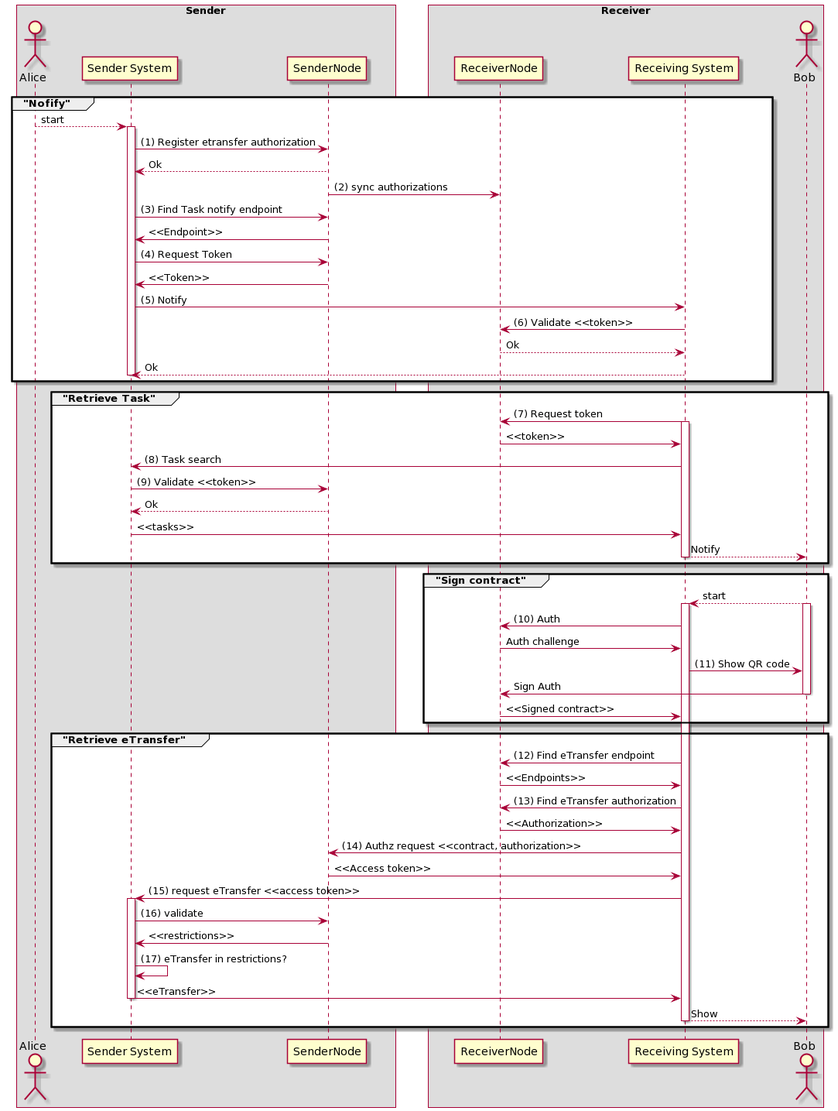
This is .gitbook/assets/etransfer.png from nuts-foundation/bolts, a PlantUML export, as it was before one commit. Its source is kept beside it as .gitbook/assets/etransfer.puml. The source it was exported from:
```plantuml
@startuml
skinparam ParticipantPadding 30
skinparam BoxPadding 20

Box Sender
  actor Alice
  participant "Sender System" as Sender
  participant SenderNode
end box
Box Receiver
  participant ReceiverNode
  participant "Receiving System" as Receiver
  actor Bob
end box

group "Nofify"
  Alice --> Sender: start
  activate Sender
  Sender -> SenderNode: (1) Register etransfer authorization
  SenderNode --> Sender: Ok
  SenderNode -> ReceiverNode: (2) sync authorizations
  Sender -> SenderNode: (3) Find Task notify endpoint
  SenderNode -> Sender: <<Endpoint>>
  Sender -> SenderNode: (4) Request Token
  SenderNode -> Sender: <<Token>>
  Sender -> Receiver: (5) Notify
  Receiver -> ReceiverNode: (6) Validate <<token>>
  ReceiverNode --> Receiver: Ok
  Receiver --> Sender: Ok
  deactivate Sender
end

group "Retrieve Task"
  Receiver -> ReceiverNode: (7) Request token
  activate Receiver
  ReceiverNode -> Receiver: <<token>>
  Receiver -> Sender: (8) Task search
  Sender -> SenderNode: (9) Validate <<token>>
  SenderNode --> Sender: Ok
  Sender -> Receiver: <<tasks>>
  Receiver --> Bob: Notify
  deactivate Receiver
end

group "Sign contract"
  Bob --> Receiver: start
  activate Bob
  activate Receiver
  Receiver -> ReceiverNode: (10) Auth
  ReceiverNode -> Receiver: Auth challenge
  Receiver -> Bob: (11) Show QR code
  Bob -> ReceiverNode: Sign Auth
  deactivate Bob
  ReceiverNode -> Receiver: <<Signed contract>>
end

group "Retrieve eTransfer"
  Receiver -> ReceiverNode: (12) Find eTransfer endpoint
  ReceiverNode -> Receiver: <<Endpoints>>
  Receiver -> ReceiverNode: (13) Find eTransfer authorization
  ReceiverNode -> Receiver: <<Authorization>>
  Receiver -> SenderNode: (14) Authz request <<contract, authorization>>
  SenderNode -> Receiver: <<Access token>>
  Receiver -> Sender: (15) request eTransfer <<access token>>
  activate Sender
  Sender -> SenderNode: (16) validate
  SenderNode -> Sender: <<restrictions>>
  Sender -> Sender: (17) eTransfer in restrictions?
  Sender -> Receiver: <<eTransfer>>
  deactivate Sender
  Receiver --> Bob: Show
  deactivate Receiver
end
@enduml
```
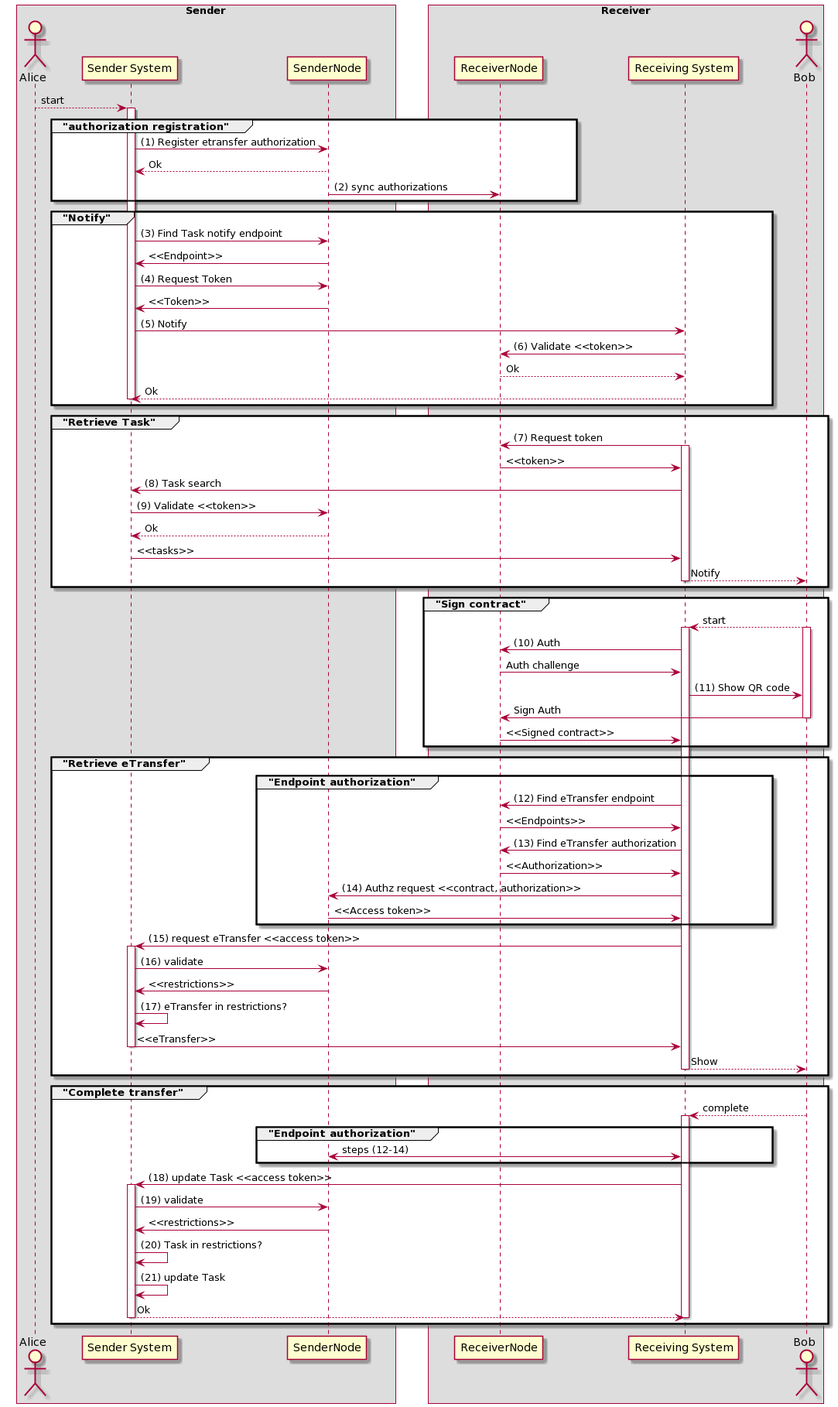
After the change.

What changed in the source:
```diff
@@ -13,12 +13,15 @@
   actor Bob
 end box
 
-group "Nofify"
-  Alice --> Sender: start
-  activate Sender
+Alice --> Sender: start
+activate Sender
+group "authorization registration"
   Sender -> SenderNode: (1) Register etransfer authorization
   SenderNode --> Sender: Ok
   SenderNode -> ReceiverNode: (2) sync authorizations
+end
+
+group "Notify"
   Sender -> SenderNode: (3) Find Task notify endpoint
   SenderNode -> Sender: <<Endpoint>>
   Sender -> SenderNode: (4) Request Token
@@ -55,12 +58,14 @@
 end
 
 group "Retrieve eTransfer"
-  Receiver -> ReceiverNode: (12) Find eTransfer endpoint
-  ReceiverNode -> Receiver: <<Endpoints>>
-  Receiver -> ReceiverNode: (13) Find eTransfer authorization
-  ReceiverNode -> Receiver: <<Authorization>>
-  Receiver -> SenderNode: (14) Authz request <<contract, authorization>>
-  SenderNode -> Receiver: <<Access token>>
+  group "Endpoint authorization"
+   Receiver -> ReceiverNode: (12) Find eTransfer endpoint
+   ReceiverNode -> Receiver: <<Endpoints>>
+   Receiver -> ReceiverNode: (13) Find eTransfer authorization
+   ReceiverNode -> Receiver: <<Authorization>>
+   Receiver -> SenderNode: (14) Authz request <<contract, authorization>>
+   SenderNode -> Receiver: <<Access token>>
+  end
   Receiver -> Sender: (15) request eTransfer <<access token>>
   activate Sender
   Sender -> SenderNode: (16) validate
@@ -71,4 +76,21 @@
   Receiver --> Bob: Show
   deactivate Receiver
 end
+
+group "Complete transfer"
+  Bob --> Receiver: complete
+  activate Receiver
+  group "Endpoint authorization"
+    Receiver <-> SenderNode: steps (12-14)
+  end
+  Receiver -> Sender: (18) update Task <<access token>>
+  activate Sender
+  Sender -> SenderNode: (19) validate
+  SenderNode -> Sender: <<restrictions>>
+  Sender -> Sender: (20) Task in restrictions?
+  Sender -> Sender: (21) update Task
+  Sender --> Receiver: Ok
+  deactivate Sender
+  deactivate Receiver
+end
 @enduml
```
